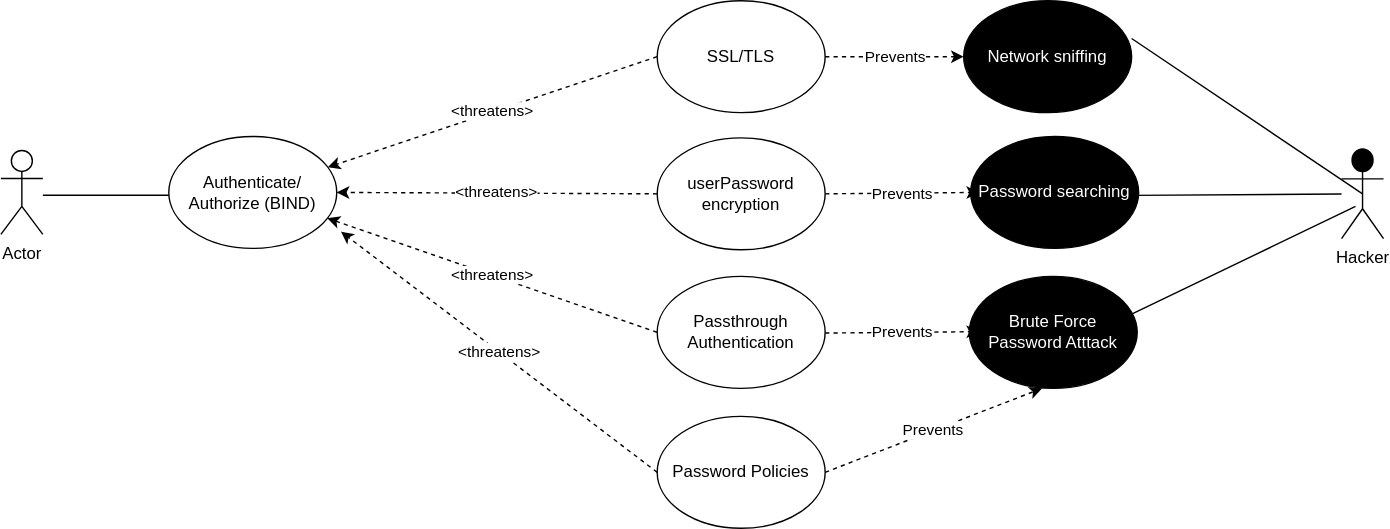
bartelsjoshuac/SAPG keeps this draw.io diagram as images/Use-Misuse Case-Final1 -Bind.drawio.svg. Above is the earlier version. Source tidied: cells renumbered, new cells last; positions are measured from the earlier drawing's top-left corner, leaving out a move shared by most shapes.
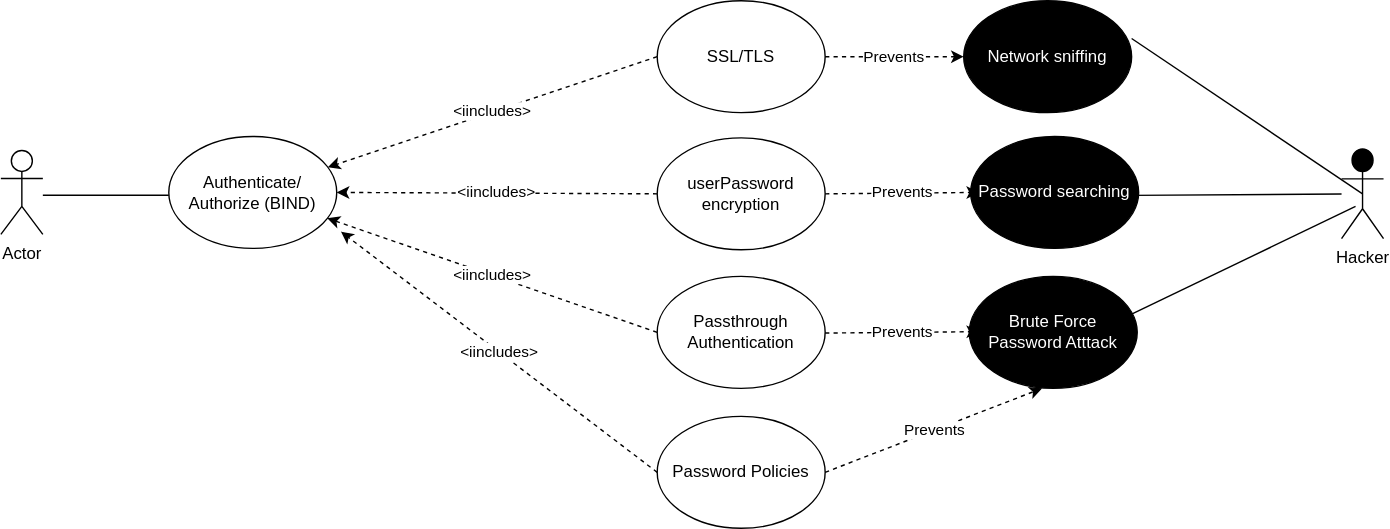
After the commit.

What changed in the source:
```diff
@@ -17,16 +17,16 @@
     <mxCell id="5" value="Hacker" style="shape=umlActor;verticalLabelPosition=bottom;verticalAlign=top;html=1;outlineConnect=0;fillColor=#000000;" parent="1" vertex="1">
       <mxGeometry x="958" y="106" width="30" height="64" as="geometry" />
     </mxCell>
-    <mxCell id="6" value="&amp;lt;threatens&amp;gt;" style="endArrow=classic;html=1;rounded=0;exitX=0;exitY=0.5;exitDx=0;exitDy=0;dashed=1;" parent="1" edge="1" source="18" target="4">
+    <mxCell id="6" value="&amp;lt;iincludes&amp;gt;" style="endArrow=classic;html=1;rounded=0;exitX=0;exitY=0.5;exitDx=0;exitDy=0;dashed=1;" parent="1" edge="1" source="18" target="4">
       <mxGeometry relative="1" as="geometry" />
     </mxCell>
     <mxCell id="7" style="whiteSpace=wrap;html=1;fillColor=#FFFFFF;strokeColor=#FFFFFF;fontColor=#000000;fillStyle=solid;" parent="1" vertex="1">
       <mxGeometry x="170" y="207" width="120" height="60" as="geometry" />
     </mxCell>
-    <mxCell id="8" value="&amp;lt;threatens&amp;gt;" style="endArrow=classic;html=1;rounded=0;exitX=0;exitY=0.5;exitDx=0;exitDy=0;entryX=1;entryY=0.5;entryDx=0;entryDy=0;dashed=1;" parent="1" edge="1" source="17" target="4">
+    <mxCell id="8" value="&amp;lt;iincludes&amp;gt;" style="endArrow=classic;html=1;rounded=0;exitX=0;exitY=0.5;exitDx=0;exitDy=0;entryX=1;entryY=0.5;entryDx=0;entryDy=0;dashed=1;" parent="1" edge="1" source="17" target="4">
       <mxGeometry relative="1" as="geometry" />
     </mxCell>
-    <mxCell id="9" value="&amp;lt;threatens&amp;gt;" style="endArrow=classic;html=1;rounded=0;dashed=1;exitX=0;exitY=0.5;exitDx=0;exitDy=0;" parent="1" edge="1" source="16" target="4">
+    <mxCell id="9" value="&amp;lt;iincludes&amp;gt;" style="endArrow=classic;html=1;rounded=0;dashed=1;exitX=0;exitY=0.5;exitDx=0;exitDy=0;" parent="1" edge="1" source="16" target="4">
       <mxGeometry relative="1" as="geometry" />
     </mxCell>
     <mxCell id="10" style="endArrow=none;html=1;exitX=1;exitY=0.5;exitDx=0;exitDy=0;entryX=0.5;entryY=0.5;entryDx=0;entryDy=0;entryPerimeter=0;" parent="1" edge="1" target="5">
@@ -80,7 +80,7 @@
     <mxCell id="22" value="Password Policies" style="ellipse;whiteSpace=wrap;html=1;fillColor=#FFFFFF;" parent="1" vertex="1">
       <mxGeometry x="469" y="297" width="120" height="80" as="geometry" />
     </mxCell>
-    <mxCell id="23" value="&amp;lt;threatens&amp;gt;" style="endArrow=classic;html=1;rounded=0;exitX=0;exitY=0.5;exitDx=0;exitDy=0;dashed=1;" parent="1" edge="1" source="22">
+    <mxCell id="23" value="&amp;lt;iincludes&amp;gt;" style="endArrow=classic;html=1;rounded=0;exitX=0;exitY=0.5;exitDx=0;exitDy=0;dashed=1;" parent="1" edge="1" source="22">
       <mxGeometry relative="1" as="geometry">
         <mxPoint x="243" y="165" as="targetPoint" />
       </mxGeometry>
```
